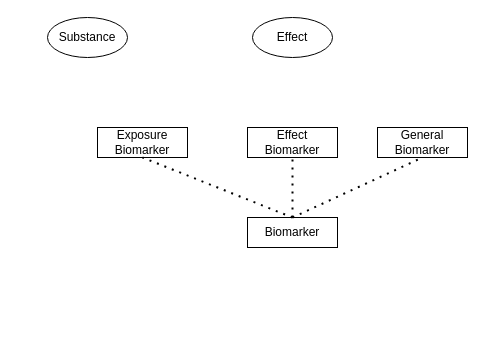
Before: HBM-Diagram.drawio in jwkruisselbrink/parc-aggregate-exposure-modelling, a draw.io diagram. Source tidied: cells renumbered, new cells numbered last; positions are measured from the earlier drawing's top-left corner, leaving out a move shared by most shapes. Both pictures are drawn from the tidied source at 100%, with x=0, y=0 at pixel (47, 17).
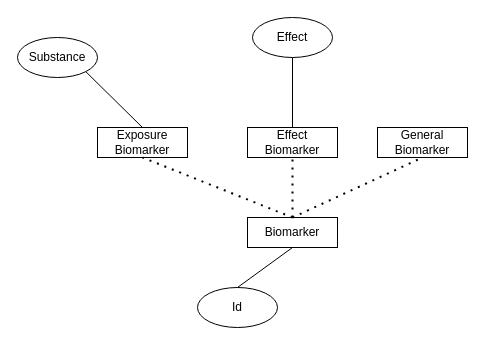
After the change.

Change to the diagram source:
```diff
@@
 <mxGraphModel>
   <root>
     <mxCell id="0" />
     <mxCell id="1" parent="0" />
     <mxCell id="2" value="Biomarker" style="rounded=0;whiteSpace=wrap;html=1;" parent="1" vertex="1">
       <mxGeometry x="200" y="200" width="90" height="30" as="geometry" />
     </mxCell>
     <mxCell id="3" value="Exposure Biomarker" style="rounded=0;whiteSpace=wrap;html=1;" parent="1" vertex="1">
       <mxGeometry x="50" y="110" width="90" height="30" as="geometry" />
     </mxCell>
     <mxCell id="4" value="Effect Biomarker" style="rounded=0;whiteSpace=wrap;html=1;" parent="1" vertex="1">
       <mxGeometry x="200" y="110" width="90" height="30" as="geometry" />
     </mxCell>
     <mxCell id="5" value="General Biomarker" style="rounded=0;whiteSpace=wrap;html=1;" parent="1" vertex="1">
       <mxGeometry x="330" y="110" width="90" height="30" as="geometry" />
     </mxCell>
     <mxCell id="6" style="endArrow=none;dashed=1;html=1;dashPattern=1 3;strokeWidth=2;rounded=0;entryX=0.5;entryY=1;entryDx=0;entryDy=0;exitX=0.5;exitY=0;exitDx=0;exitDy=0;" parent="1" edge="1" source="2" target="3">
       <mxGeometry relative="1" as="geometry" />
     </mxCell>
     <mxCell id="7" style="endArrow=none;dashed=1;html=1;dashPattern=1 3;strokeWidth=2;rounded=0;exitX=0.5;exitY=0;exitDx=0;exitDy=0;" parent="1" edge="1" source="2" target="4">
       <mxGeometry relative="1" as="geometry" />
     </mxCell>
     <mxCell id="8" style="endArrow=none;dashed=1;html=1;dashPattern=1 3;strokeWidth=2;rounded=0;exitX=0.5;exitY=0;exitDx=0;exitDy=0;entryX=0.5;entryY=1;entryDx=0;entryDy=0;" parent="1" edge="1" source="2" target="5">
       <mxGeometry relative="1" as="geometry" />
     </mxCell>
     <mxCell id="9" value="Substance" style="ellipse;whiteSpace=wrap;html=1;" parent="1" vertex="1">
-      <mxGeometry width="80" height="40" as="geometry" />
+      <mxGeometry x="-30" y="20" width="80" height="40" as="geometry" />
     </mxCell>
     <mxCell id="10" value="Effect" style="ellipse;whiteSpace=wrap;html=1;" parent="1" vertex="1">
       <mxGeometry x="205" width="80" height="40" as="geometry" />
     </mxCell>
+    <mxCell id="11" value="Id" style="ellipse;whiteSpace=wrap;html=1;" parent="1" vertex="1">
+      <mxGeometry x="150" y="270" width="80" height="40" as="geometry" />
+    </mxCell>
+    <mxCell id="12" style="endArrow=none;html=1;rounded=0;entryX=0.5;entryY=0;entryDx=0;entryDy=0;exitX=0.5;exitY=1;exitDx=0;exitDy=0;" parent="1" edge="1" source="2" target="11">
+      <mxGeometry relative="1" as="geometry" />
+    </mxCell>
+    <mxCell id="13" style="endArrow=none;html=1;rounded=0;entryX=1;entryY=1;entryDx=0;entryDy=0;exitX=0.5;exitY=0;exitDx=0;exitDy=0;" parent="1" edge="1" source="3" target="9">
+      <mxGeometry relative="1" as="geometry" />
+    </mxCell>
+    <mxCell id="14" style="endArrow=none;html=1;rounded=0;entryX=0.5;entryY=1;entryDx=0;entryDy=0;exitX=0.5;exitY=0;exitDx=0;exitDy=0;" parent="1" edge="1" source="4" target="10">
+      <mxGeometry relative="1" as="geometry" />
+    </mxCell>
   </root>
 </mxGraphModel>
```
